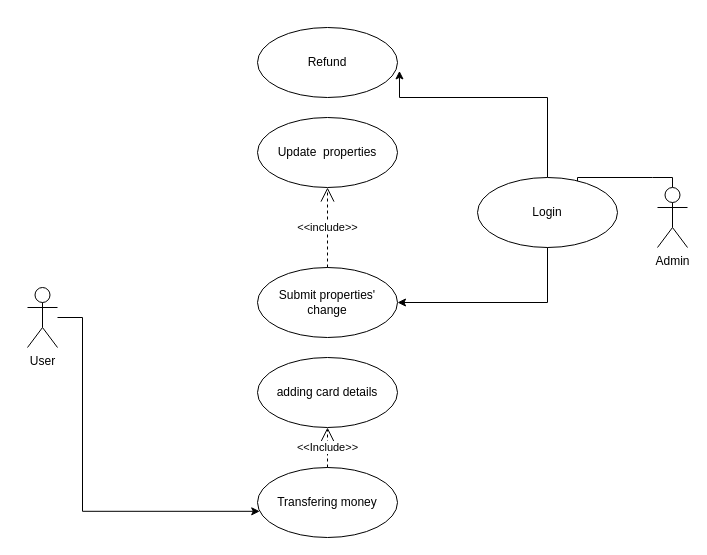
Before: ae1/documentation/UML/use-case-v1.drawio in WT000/Bank-Simulator, a draw.io diagram. Source tidied: cells renumbered, new cells numbered last; positions are measured from the earlier drawing's top-left corner, leaving out a move shared by most shapes. Both pictures are drawn from the tidied source at 100%, with x=0, y=0 at pixel (27, 27).
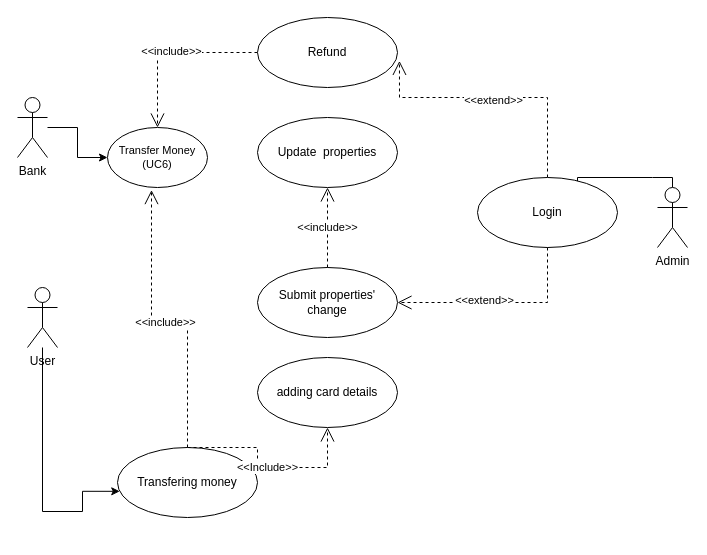
Above is the later version.

The change refers to these unchanged cells:
```xml
<mxCell id="7" value="Login" style="ellipse;whiteSpace=wrap;html=1;" parent="1" vertex="1">
  <mxGeometry x="450" y="150" width="140" height="70" as="geometry" />
</mxCell>
<mxCell id="9" value="Submit properties' change" style="ellipse;whiteSpace=wrap;html=1;" parent="1" vertex="1">
  <mxGeometry x="230" y="240" width="140" height="70" as="geometry" />
</mxCell>
<mxCell id="13" value="adding card details" style="ellipse;whiteSpace=wrap;html=1;" parent="1" vertex="1">
  <mxGeometry x="230" y="330" width="140" height="70" as="geometry" />
</mxCell>
```

The edit, as a diff of the source:
```diff
@@
-    <mxCell id="6" style="edgeStyle=orthogonalEdgeStyle;rounded=0;jettySize=auto;html=1;entryX=1.014;entryY=0.62;entryDx=0;entryDy=0;entryPerimeter=0;" parent="1" edge="1" source="7" target="12">
+    <mxCell id="6" style="edgeStyle=orthogonalEdgeStyle;rounded=0;jettySize=auto;html=1;entryX=1.014;entryY=0.62;entryDx=0;entryDy=0;entryPerimeter=0;dashed=1;endArrow=open;endSize=12;" parent="1" edge="1" source="7" target="12">
       <mxGeometry relative="1" as="geometry">
         <Array as="points">
           <mxPoint x="520" y="70" />
           <mxPoint x="372" y="70" />
         </Array>
       </mxGeometry>
     </mxCell>
+    <mxCell id="16" value="&amp;lt;&amp;lt;extend&amp;gt;&amp;gt;" style="edgeLabel;html=1;align=center;verticalAlign=middle;" parent="6" vertex="1">
+      <mxGeometry x="0.02" y="2" relative="1" as="geometry" />
+    </mxCell>
@@
-    <mxCell id="10" style="edgeStyle=orthogonalEdgeStyle;rounded=0;jettySize=auto;html=1;entryX=1;entryY=0.5;entryDx=0;entryDy=0;exitX=0.5;exitY=1;exitDx=0;exitDy=0;" parent="1" edge="1" source="7" target="9">
+    <mxCell id="10" style="edgeStyle=orthogonalEdgeStyle;rounded=0;jettySize=auto;html=1;entryX=1;entryY=0.5;entryDx=0;entryDy=0;exitX=0.5;exitY=1;exitDx=0;exitDy=0;dashed=1;endArrow=open;endSize=12;" parent="1" edge="1" source="7" target="9">
       <mxGeometry relative="1" as="geometry">
         <Array as="points">
           <mxPoint x="520" y="275" />
         </Array>
       </mxGeometry>
     </mxCell>
+    <mxCell id="17" value="&amp;lt;&amp;lt;extend&amp;gt;&amp;gt;" style="edgeLabel;html=1;align=center;verticalAlign=middle;" parent="10" vertex="1">
+      <mxGeometry x="0.16" y="-3" relative="1" as="geometry" />
+    </mxCell>
@@
+    <mxCell id="18" style="edgeStyle=orthogonalEdgeStyle;rounded=0;jettySize=auto;html=1;dashed=1;endArrow=open;endSize=12;" parent="1" edge="1" source="12" target="23">
+      <mxGeometry relative="1" as="geometry" />
+    </mxCell>
+    <mxCell id="19" value="&amp;lt;&amp;lt;include&amp;gt;&amp;gt;" style="edgeLabel;html=1;align=center;verticalAlign=middle;" parent="18" vertex="1">
+      <mxGeometry x="-0.01" y="-2" relative="1" as="geometry" />
+    </mxCell>
     <mxCell id="12" value="Refund" style="ellipse;whiteSpace=wrap;html=1;" parent="1" vertex="1">
-      <mxGeometry x="230" width="140" height="70" as="geometry" />
+      <mxGeometry x="230" y="-10" width="140" height="70" as="geometry" />
     </mxCell>
@@
+    <mxCell id="20" value="&amp;lt;&amp;lt;include&amp;gt;&amp;gt;" style="edgeStyle=orthogonalEdgeStyle;rounded=0;jettySize=auto;html=1;entryX=0.44;entryY=1.043;entryDx=0;entryDy=0;entryPerimeter=0;dashed=1;endArrow=open;endSize=12;" parent="1" edge="1" source="14" target="23">
+      <mxGeometry relative="1" as="geometry" />
+    </mxCell>
     <mxCell id="14" value="Transfering money" style="ellipse;whiteSpace=wrap;html=1;" parent="1" vertex="1">
-      <mxGeometry x="230" y="440" width="140" height="70" as="geometry" />
+      <mxGeometry x="90" y="420" width="140" height="70" as="geometry" />
     </mxCell>
     <mxCell id="15" value="&amp;lt;&amp;lt;Include&amp;gt;&amp;gt;&lt;br&gt;" style="endArrow=open;endSize=12;dashed=1;html=1;rounded=0;edgeStyle=orthogonalEdgeStyle;exitX=0.5;exitY=0;exitDx=0;exitDy=0;entryX=0.5;entryY=1;entryDx=0;entryDy=0;" parent="1" edge="1" source="14" target="13">
-      <mxGeometry relative="1" as="geometry" />
+      <mxGeometry relative="1" as="geometry">
+        <Array as="points">
+          <mxPoint x="230" y="420" />
+          <mxPoint x="230" y="440" />
+          <mxPoint x="300" y="440" />
+        </Array>
+      </mxGeometry>
     </mxCell>
+    <mxCell id="21" style="edgeStyle=orthogonalEdgeStyle;rounded=0;jettySize=auto;html=1;entryX=0;entryY=0.5;entryDx=0;entryDy=0;" parent="1" edge="1" source="22" target="23">
+      <mxGeometry relative="1" as="geometry" />
+    </mxCell>
+    <mxCell id="22" value="Bank" style="shape=umlActor;verticalLabelPosition=bottom;verticalAlign=top;html=1;outlineConnect=0;" parent="1" vertex="1">
+      <mxGeometry x="-10" y="70" width="30" height="60" as="geometry" />
+    </mxCell>
+    <mxCell id="23" value="Transfer Money&lt;br style=&quot;font-size: 11px;&quot;&gt;(UC6)" style="ellipse;whiteSpace=wrap;html=1;fontSize=11;" parent="1" vertex="1">
+      <mxGeometry x="80" y="100" width="100" height="60" as="geometry" />
+    </mxCell>
```
